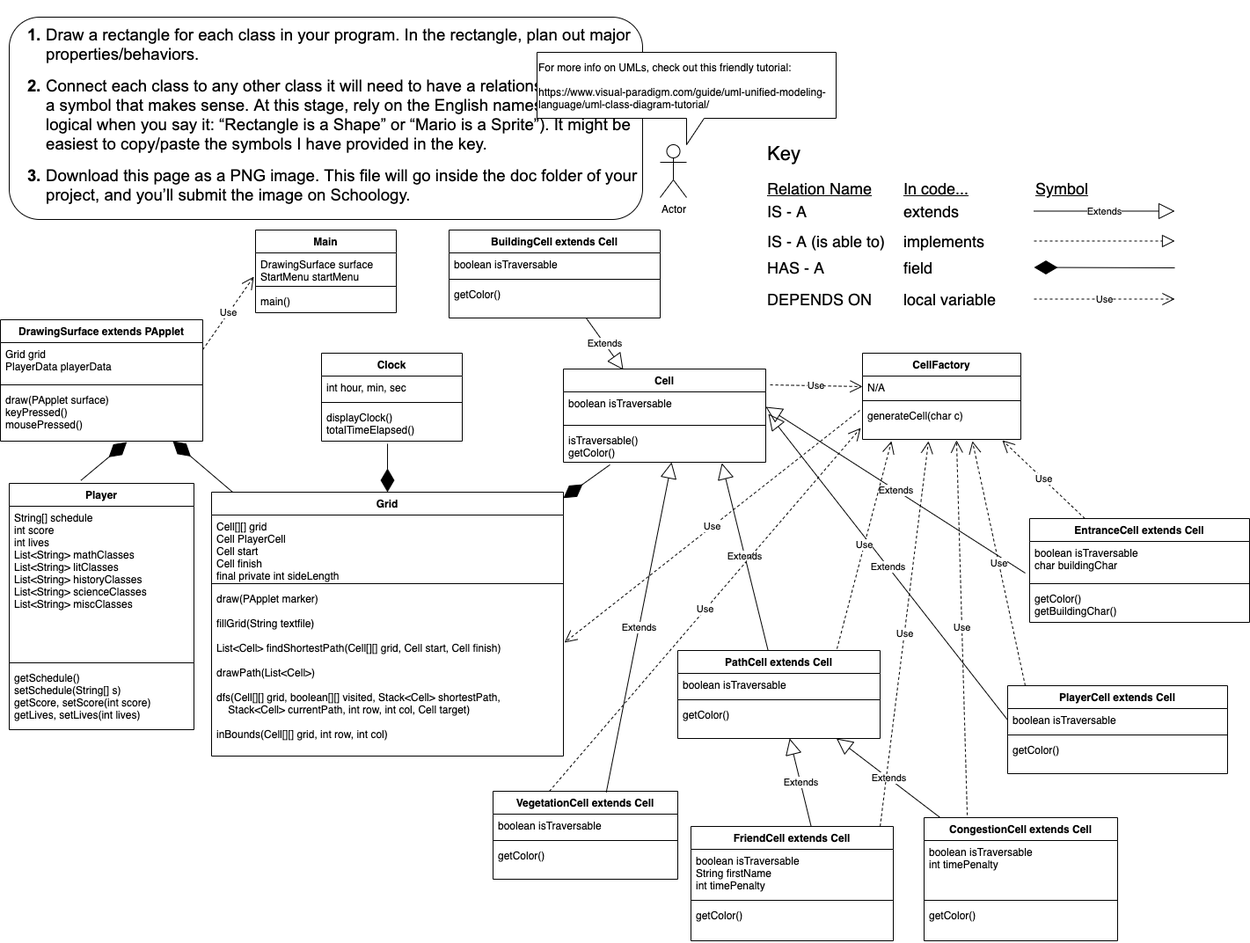
Earlier version of the draw.io export Untardy/doc/UML - Untardy.png (HHSAPCompSci2020/capstone-project-orz). Source tidied: cells renumbered, new cells last; positions are measured from the earlier drawing's top-left corner, leaving out a move shared by most shapes.
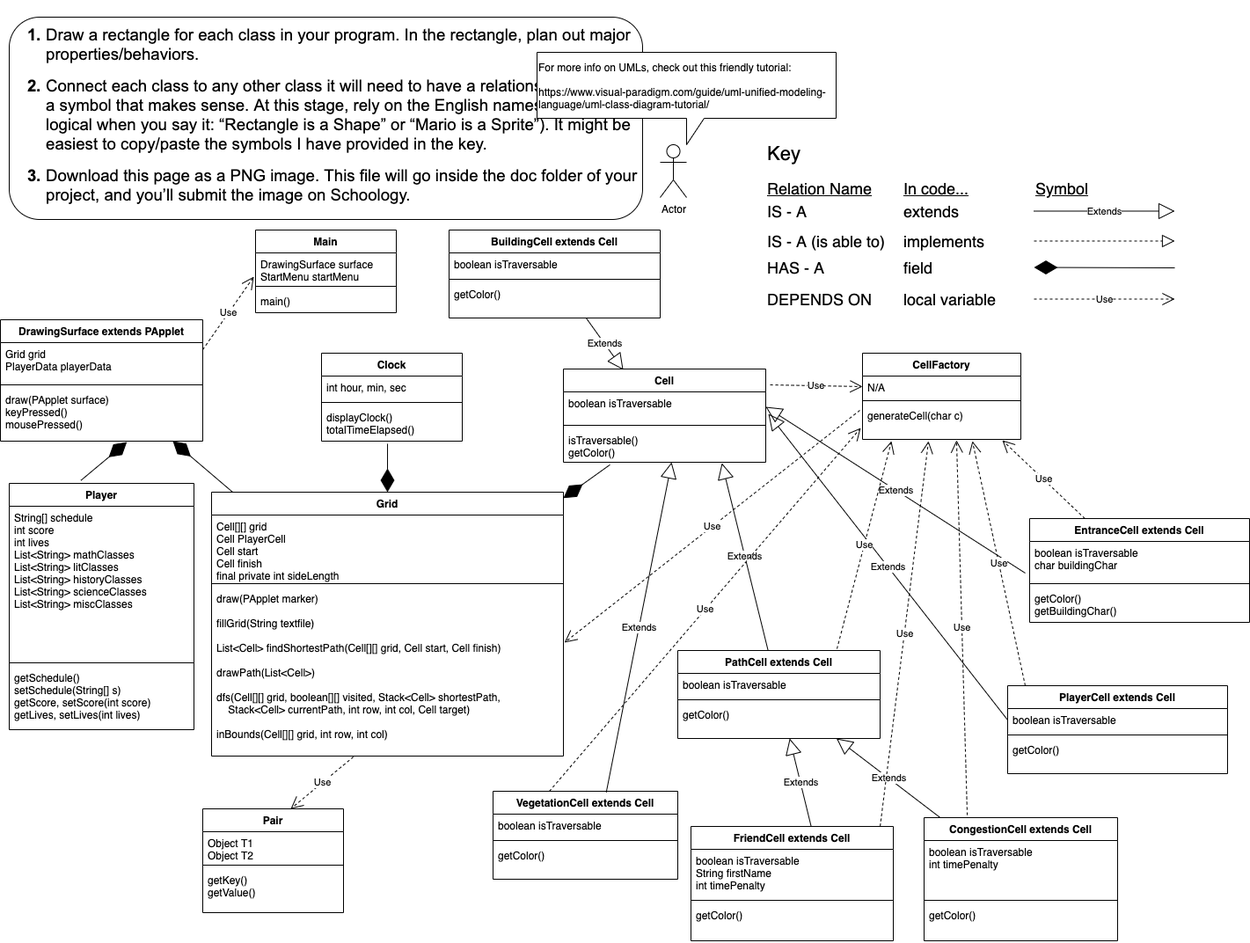
The same file after the commit.

What changed in the source:
```diff
@@ -299,5 +299,20 @@
     <mxCell id="96" value="Use" style="endArrow=open;endSize=12;dashed=1;html=1;entryX=0.594;entryY=1.025;entryDx=0;entryDy=0;entryPerimeter=0;exitX=0.223;exitY=-0.021;exitDx=0;exitDy=0;exitPerimeter=0;" parent="1" edge="1" source="40" target="87">
       <mxGeometry relative="1" as="geometry" />
     </mxCell>
+    <mxCell id="97" value="Pair" style="swimlane;fontStyle=1;align=center;verticalAlign=top;horizontal=1;startSize=26;" parent="1" vertex="1">
+      <mxGeometry x="230" y="900" width="160" height="118" as="geometry" />
+    </mxCell>
+    <mxCell id="98" value="Object T1&#10;Object T2" style="text;strokeColor=none;fillColor=none;align=left;verticalAlign=top;spacingLeft=4;spacingRight=4;overflow=hidden;" parent="97" vertex="1">
+      <mxGeometry y="26" width="160" height="34" as="geometry" />
+    </mxCell>
+    <mxCell id="99" style="line;strokeWidth=1;fillColor=none;align=left;verticalAlign=middle;spacingTop=-1;spacingLeft=3;spacingRight=3;labelPosition=right;" parent="97" vertex="1">
+      <mxGeometry y="60" width="160" height="8" as="geometry" />
+    </mxCell>
+    <mxCell id="100" value="getKey()&#10;getValue()" style="text;strokeColor=none;fillColor=none;align=left;verticalAlign=top;spacingLeft=4;spacingRight=4;overflow=hidden;" parent="97" vertex="1">
+      <mxGeometry y="68" width="160" height="50" as="geometry" />
+    </mxCell>
+    <mxCell id="101" value="Use" style="endArrow=open;endSize=12;dashed=1;html=1;exitX=0.403;exitY=1.005;exitDx=0;exitDy=0;exitPerimeter=0;entryX=0.625;entryY=0;entryDx=0;entryDy=0;entryPerimeter=0;" parent="1" edge="1" source="32" target="97">
+      <mxGeometry relative="1" as="geometry" />
+    </mxCell>
   </root>
 </mxGraphModel>
```
